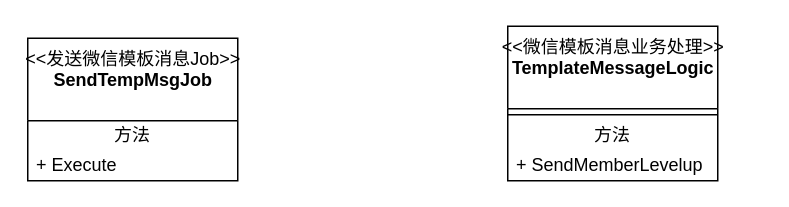
Above: Kemai/线下ERP会员升级奖励类图.drawio in noobwu/diagrams (draw.io), before the change. Source tidied: cells renumbered, new cells numbered last; positions are measured from the earlier drawing's top-left corner, leaving out a move shared by most shapes. Both pictures are drawn from the tidied source at 150%, with x=0, y=0 at pixel (27, 26).
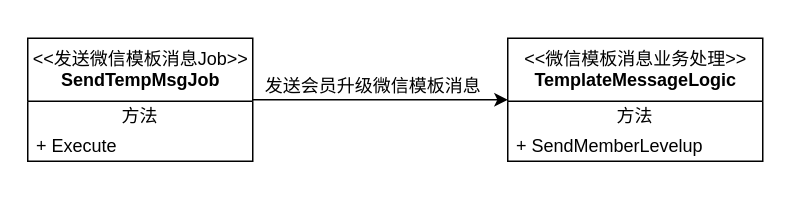
The same diagram, later.

Commit message (it also covers changes not shown here):
更新线下ERP会员升级奖励类图.drawio

Change to the diagram source:
```diff
@@
 <mxGraphModel>
   <root>
     <mxCell id="0" />
     <mxCell id="1" parent="0" />
+    <mxCell id="9" style="edgeStyle=orthogonalEdgeStyle;rounded=0;jettySize=auto;html=1;exitX=1;exitY=0.5;exitDx=0;exitDy=0;entryX=0;entryY=0.5;entryDx=0;entryDy=0;" parent="1" edge="1" source="2" target="5">
+      <mxGeometry relative="1" as="geometry" />
+    </mxCell>
-    <mxCell id="2" value="&amp;lt;&amp;lt;发送微信模板消息Job&amp;gt;&amp;gt;&lt;br&gt;&lt;b&gt;SendTempMsgJob&lt;/b&gt;&lt;br&gt;" style="swimlane;fontStyle=0;align=center;verticalAlign=top;horizontal=1;startSize=55;html=1;" parent="1" vertex="1">
-      <mxGeometry y="8" width="140" height="95" as="geometry" />
+    <mxCell id="2" value="&amp;lt;&amp;lt;发送微信模板消息Job&amp;gt;&amp;gt;&lt;br&gt;&lt;b&gt;SendTempMsgJob&lt;/b&gt;&lt;br&gt;" style="swimlane;fontStyle=0;align=center;verticalAlign=top;horizontal=1;startSize=42;html=1;" parent="1" vertex="1">
+      <mxGeometry y="8" width="150" height="82" as="geometry" />
     </mxCell>
     <mxCell id="3" value="方法" style="text;html=1;strokeColor=none;fillColor=none;align=center;verticalAlign=middle;spacingLeft=4;spacingRight=4;overflow=hidden;" parent="2" vertex="1">
-      <mxGeometry y="55" width="140" height="20" as="geometry" />
+      <mxGeometry y="42" width="150" height="20" as="geometry" />
     </mxCell>
     <mxCell id="4" value="+ Execute" style="text;html=1;strokeColor=none;fillColor=none;align=left;verticalAlign=middle;spacingLeft=4;spacingRight=4;overflow=hidden;" parent="2" vertex="1">
-      <mxGeometry y="75" width="140" height="20" as="geometry" />
+      <mxGeometry y="62" width="150" height="20" as="geometry" />
     </mxCell>
-    <mxCell id="5" value="&amp;lt;&amp;lt;微信模板消息业务处理&amp;gt;&amp;gt;&lt;br&gt;&lt;b&gt;TemplateMessageLogic&lt;/b&gt;" style="swimlane;fontStyle=0;align=center;verticalAlign=top;horizontal=1;startSize=55;html=1;" parent="1" vertex="1">
-      <mxGeometry x="320" width="140" height="103" as="geometry" />
+    <mxCell id="5" value="&amp;lt;&amp;lt;微信模板消息业务处理&amp;gt;&amp;gt;&lt;br&gt;&lt;b&gt;TemplateMessageLogic&lt;/b&gt;" style="swimlane;fontStyle=0;align=center;verticalAlign=top;horizontal=1;startSize=42;html=1;" parent="1" vertex="1">
+      <mxGeometry x="320" y="8" width="170" height="82" as="geometry" />
     </mxCell>
-    <mxCell id="6" style="line;strokeWidth=1;fillColor=none;align=left;verticalAlign=middle;spacingTop=-1;spacingLeft=3;spacingRight=3;labelPosition=right;" parent="5" vertex="1">
-      <mxGeometry y="55" width="140" height="8" as="geometry" />
-    </mxCell>
     <mxCell id="7" value="方法" style="text;html=1;strokeColor=none;fillColor=none;align=center;verticalAlign=middle;spacingLeft=4;spacingRight=4;overflow=hidden;" parent="5" vertex="1">
-      <mxGeometry y="63" width="140" height="20" as="geometry" />
+      <mxGeometry y="42" width="170" height="20" as="geometry" />
     </mxCell>
     <mxCell id="8" value="+ SendMemberLevelup" style="text;html=1;strokeColor=none;fillColor=none;align=left;verticalAlign=middle;spacingLeft=4;spacingRight=4;overflow=hidden;" parent="5" vertex="1">
-      <mxGeometry y="83" width="140" height="20" as="geometry" />
+      <mxGeometry y="62" width="170" height="20" as="geometry" />
     </mxCell>
+    <mxCell id="10" value="发送会员升级微信模板消息" style="text;html=1;align=center;verticalAlign=middle;" parent="1" vertex="1">
+      <mxGeometry x="150" y="30" width="160" height="20" as="geometry" />
+    </mxCell>
   </root>
 </mxGraphModel>
```
